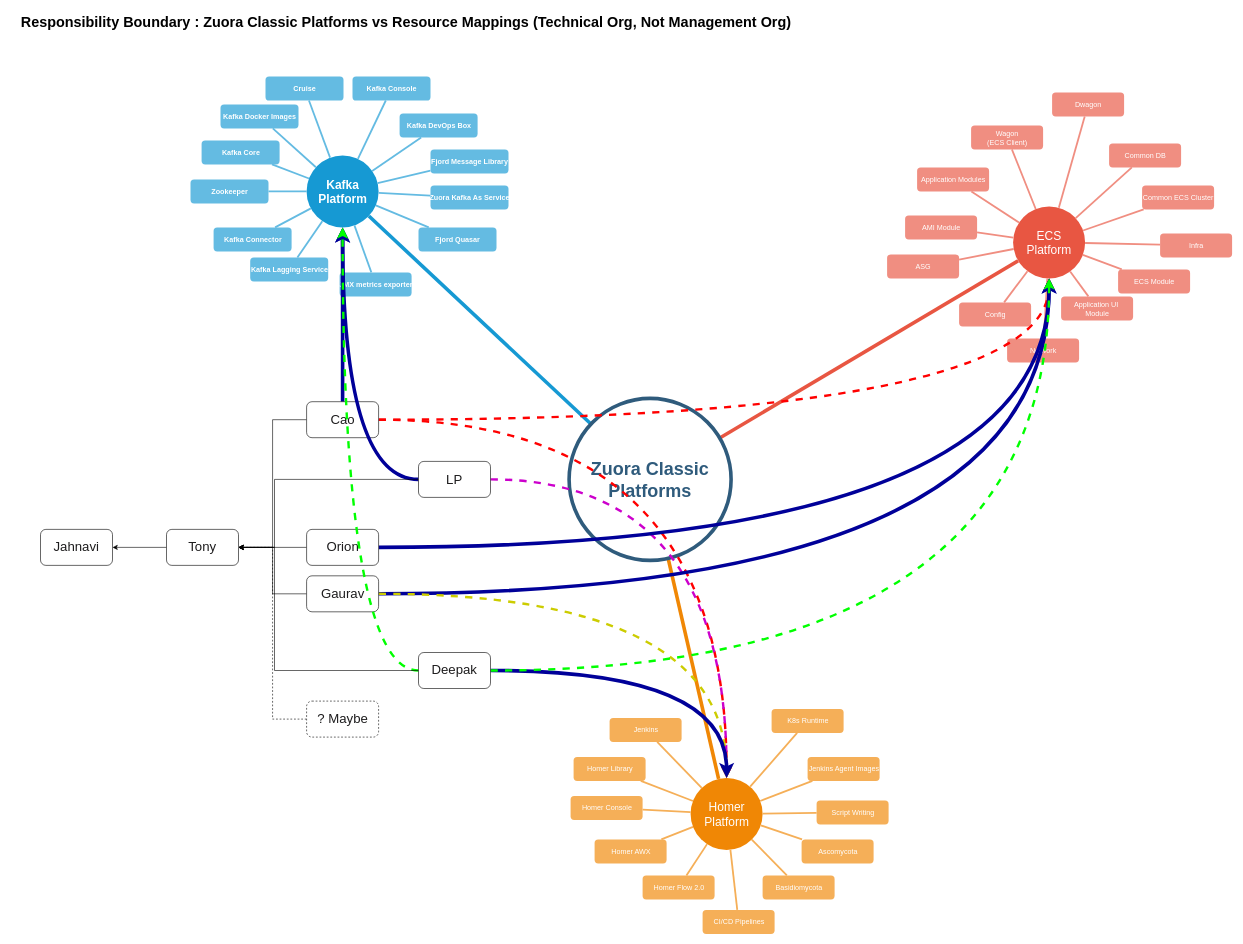
This is zuora classic tools service.drawio from jiangtao7/draw.io, a draw.io file, before an edit. Source tidied: cells renumbered, new cells numbered last; positions are measured from the earlier drawing's top-left corner, leaving out a move shared by most shapes. Both pictures are drawn from the tidied source at 60%, with x=0, y=0 at pixel (39, 10).
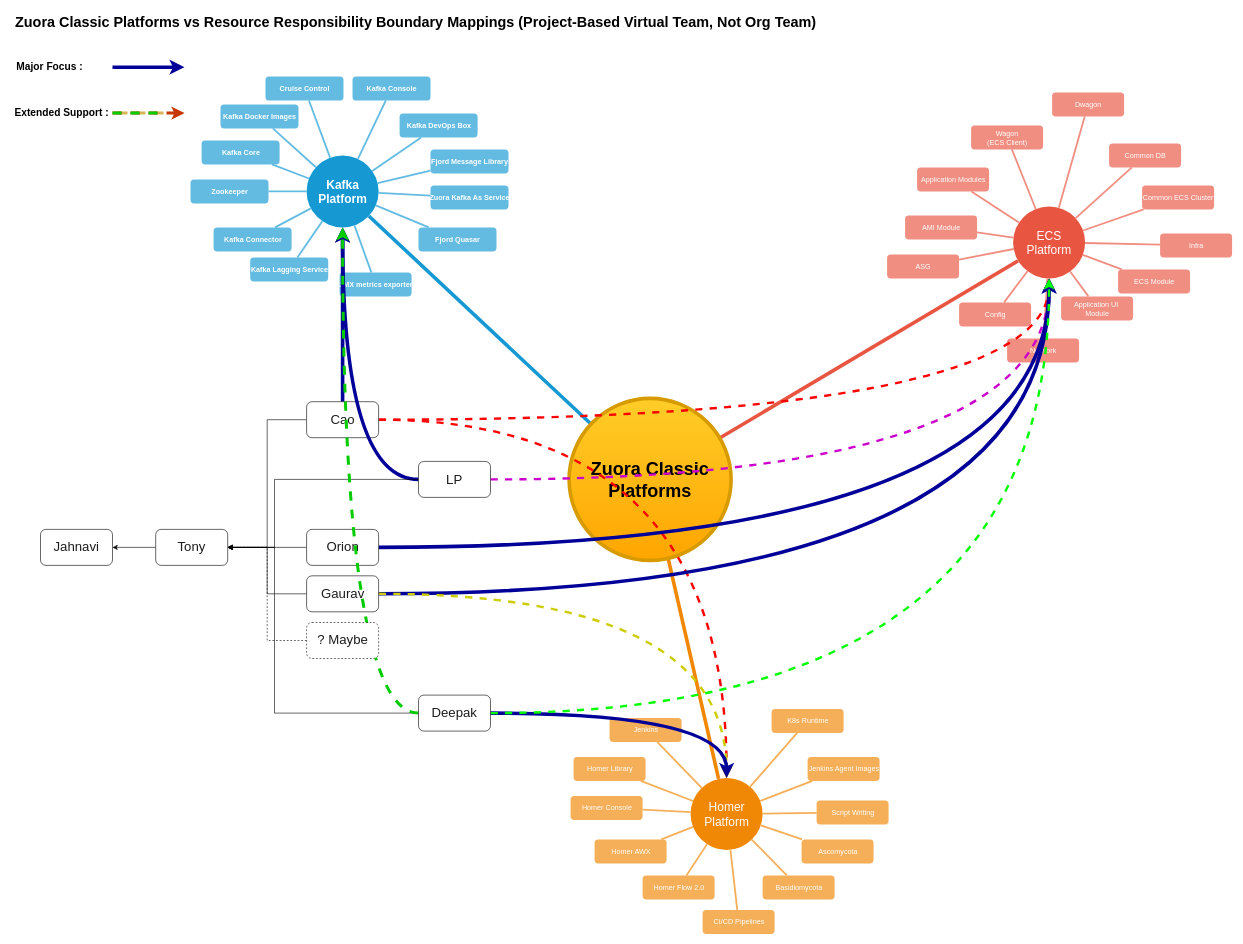
The same diagram, later.

The change refers to these unchanged cells:
```xml
<mxCell id="2" value="Kafka Platform" style="ellipse;whiteSpace=wrap;html=1;shadow=0;fontFamily=Helvetica;fontSize=20;fontColor=#FFFFFF;align=center;strokeWidth=3;fillColor=#1699D3;strokeColor=none;fontStyle=1;" parent="1" vertex="1">
  <mxGeometry x="445.5" y="241.5" width="120" height="120" as="geometry" />
</mxCell>
<mxCell id="3" value="ECS&lt;br&gt;Platform" style="ellipse;whiteSpace=wrap;html=1;shadow=0;fontFamily=Helvetica;fontSize=20;fontColor=#FFFFFF;align=center;strokeWidth=3;fillColor=#E85642;strokeColor=none;" parent="1" vertex="1">
  <mxGeometry x="1623" y="326.5" width="120" height="120" as="geometry" />
</mxCell>
<mxCell id="4" value="Homer Platform" style="ellipse;whiteSpace=wrap;html=1;shadow=0;fontFamily=Helvetica;fontSize=20;fontColor=#FFFFFF;align=center;strokeWidth=3;fillColor=#F08705;strokeColor=none;" parent="1" vertex="1">
  <mxGeometry x="1085.5" y="1279" width="120" height="120" as="geometry" />
</mxCell>
<mxCell id="88" value="&lt;span style=&quot;color: rgb(29, 28, 29); font-family: Slack-Lato, Slack-Fractions, appleLogo, sans-serif; font-size: 22px; font-variant-ligatures: common-ligatures; text-align: start; background-color: rgb(255, 255, 255);&quot;&gt;LP&lt;/span&gt;" style="rounded=1;whiteSpace=wrap;html=1;" parent="1" vertex="1">
  <mxGeometry x="632" y="751.5" width="120" height="60" as="geometry" />
</mxCell>
```

The edit, as a diff of the source:
```diff
@@
+    <mxCell id="107" style="endArrow=none;html=1;rounded=0;strokeWidth=5;dashed=1;fillColor=#fff2cc;gradientColor=#ffd966;strokeColor=#d6b656;" parent="1" edge="1">
+      <mxGeometry relative="1" as="geometry">
+        <mxPoint x="132" y="171" as="sourcePoint" />
+        <mxPoint x="232" y="171" as="targetPoint" />
+      </mxGeometry>
+    </mxCell>
@@
-    <mxCell id="14" value="Cruise" style="rounded=1;fillColor=#64BBE2;strokeColor=none;strokeWidth=3;shadow=0;html=1;fontColor=#FFFFFF;fontStyle=1;" parent="1" vertex="1">
+    <mxCell id="14" value="Cruise Control" style="rounded=1;fillColor=#64BBE2;strokeColor=none;strokeWidth=3;shadow=0;html=1;fontColor=#FFFFFF;fontStyle=1;" parent="1" vertex="1">
       <mxGeometry x="377" y="110" width="130" height="40" as="geometry" />
     </mxCell>
@@
-    <mxCell id="78" value="Zuora Classic Platforms" style="ellipse;whiteSpace=wrap;html=1;shadow=0;fontFamily=Helvetica;fontSize=30;fontColor=#2F5B7C;align=center;strokeColor=#2F5B7C;strokeWidth=6;fillColor=#FFFFFF;fontStyle=1;gradientColor=none;" parent="1" vertex="1">
+    <mxCell id="78" value="Zuora Classic Platforms" style="ellipse;whiteSpace=wrap;html=1;shadow=0;fontFamily=Helvetica;fontSize=30;align=center;strokeColor=#d79b00;strokeWidth=6;fillColor=#ffcd28;fontStyle=1;gradientColor=#ffa500;" parent="1" vertex="1">
       <mxGeometry x="883" y="646.5" width="270" height="270" as="geometry" />
     </mxCell>
@@
-    <mxCell id="86" style="edgeStyle=orthogonalEdgeStyle;rounded=0;jettySize=auto;html=1;entryX=0.5;entryY=0;entryDx=0;entryDy=0;curved=1;strokeColor=#CC00CC;strokeWidth=4;dashed=1;" parent="1" edge="1" source="88" target="4">
+    <mxCell id="86" style="edgeStyle=orthogonalEdgeStyle;rounded=0;jettySize=auto;html=1;entryX=0.5;entryY=1;entryDx=0;entryDy=0;curved=1;strokeColor=#CC00CC;strokeWidth=4;dashed=1;" parent="1" edge="1" source="88" target="3">
       <mxGeometry relative="1" as="geometry" />
     </mxCell>
@@
+    <mxCell id="99" style="edgeStyle=orthogonalEdgeStyle;rounded=0;jettySize=auto;html=1;entryX=1;entryY=0.5;entryDx=0;entryDy=0;" parent="1" edge="1" source="100" target="102">
+      <mxGeometry relative="1" as="geometry">
+        <Array as="points">
+          <mxPoint x="392" y="1171" />
+          <mxPoint x="392" y="895" />
+        </Array>
+      </mxGeometry>
+    </mxCell>
-    <mxCell id="98" style="edgeStyle=orthogonalEdgeStyle;rounded=0;jettySize=auto;html=1;entryX=0.5;entryY=1;entryDx=0;entryDy=0;curved=1;strokeWidth=4;strokeColor=#00FF00;dashed=1;" parent="1" edge="1" source="100" target="2">
+    <mxCell id="98" style="edgeStyle=orthogonalEdgeStyle;rounded=0;jettySize=auto;html=1;entryX=0.5;entryY=1;entryDx=0;entryDy=0;curved=1;strokeWidth=5;dashed=1;strokeColor=#00CC00;" parent="1" edge="1" source="100" target="2">
       <mxGeometry relative="1" as="geometry" />
     </mxCell>
-    <mxCell id="99" style="edgeStyle=orthogonalEdgeStyle;rounded=0;jettySize=auto;html=1;entryX=1;entryY=0.5;entryDx=0;entryDy=0;" parent="1" edge="1" source="100" target="102">
-      <mxGeometry relative="1" as="geometry">
-        <Array as="points">
-          <mxPoint x="392" y="1100" />
-          <mxPoint x="392" y="895" />
-        </Array>
-      </mxGeometry>
-    </mxCell>
     <mxCell id="100" value="&lt;span style=&quot;color: rgb(29, 28, 29); font-family: Slack-Lato, Slack-Fractions, appleLogo, sans-serif; font-size: 22px; font-variant-ligatures: common-ligatures; text-align: start; background-color: rgb(255, 255, 255);&quot;&gt;Deepak&lt;/span&gt;" style="rounded=1;whiteSpace=wrap;html=1;" parent="1" vertex="1">
-      <mxGeometry x="632" y="1070" width="120" height="60" as="geometry" />
+      <mxGeometry x="632" y="1141" width="120" height="60" as="geometry" />
     </mxCell>
@@
     <mxCell id="102" value="&lt;span style=&quot;color: rgb(29, 28, 29); font-family: Slack-Lato, Slack-Fractions, appleLogo, sans-serif; font-size: 22px; font-variant-ligatures: common-ligatures; text-align: start; background-color: rgb(255, 255, 255);&quot;&gt;Tony&lt;/span&gt;" style="rounded=1;whiteSpace=wrap;html=1;" parent="1" vertex="1">
-      <mxGeometry x="212" y="864.8" width="120" height="60" as="geometry" />
+      <mxGeometry x="194" y="864.8" width="120" height="60" as="geometry" />
     </mxCell>
@@
+    <mxCell id="106" value="&lt;font style=&quot;font-size: 24px;&quot;&gt;Zuora Classic Platforms vs Resource Responsibility Boundary Mappings (Project-Based Virtual Team, Not Org Team)&lt;/font&gt;" style="text;html=1;align=center;verticalAlign=middle;strokeColor=none;fillColor=none;fontStyle=1;" parent="1" vertex="1">
+      <mxGeometry x="-8" width="1270" height="40" as="geometry" />
+    </mxCell>
     <mxCell id="105" value="&lt;span style=&quot;color: rgb(29, 28, 29); font-family: Slack-Lato, Slack-Fractions, appleLogo, sans-serif; font-size: 22px; font-variant-ligatures: common-ligatures; text-align: start; background-color: rgb(255, 255, 255);&quot;&gt;? Maybe&lt;/span&gt;" style="rounded=1;whiteSpace=wrap;html=1;dashed=1;" parent="1" vertex="1">
-      <mxGeometry x="445.5" y="1151" width="120" height="60" as="geometry" />
+      <mxGeometry x="445.5" y="1020" width="120" height="60" as="geometry" />
     </mxCell>
-    <mxCell id="106" value="&lt;font style=&quot;font-size: 24px;&quot;&gt;Responsibility Boundary : Zuora Classic Platforms vs Resource Mappings (Technical Org, Not Management Org)&lt;/font&gt;" style="text;html=1;align=center;verticalAlign=middle;strokeColor=none;fillColor=none;fontStyle=1;" parent="1" vertex="1">
-      <mxGeometry x="0.5" width="1220" height="40" as="geometry" />
-    </mxCell>
+    <mxCell id="108" style="endArrow=classic;html=1;rounded=0;strokeWidth=6;strokeColor=#000099;" parent="1" edge="1">
+      <mxGeometry relative="1" as="geometry">
+        <mxPoint x="122" y="94.5" as="sourcePoint" />
+        <mxPoint x="242" y="94.5" as="targetPoint" />
+      </mxGeometry>
+    </mxCell>
+    <mxCell id="109" style="endArrow=classic;html=1;rounded=0;strokeWidth=5;strokeColor=#C73500;dashed=1;fillColor=#fa6800;" parent="1" edge="1">
+      <mxGeometry relative="1" as="geometry">
+        <mxPoint x="122" y="171" as="sourcePoint" />
+        <mxPoint x="242" y="171" as="targetPoint" />
+      </mxGeometry>
+    </mxCell>
+    <mxCell id="110" value="Major Focus :" style="text;html=1;align=center;verticalAlign=middle;strokeColor=none;fillColor=none;fontSize=17;fontStyle=1;" parent="1" vertex="1">
+      <mxGeometry x="-48" y="80" width="130" height="30" as="geometry" />
+    </mxCell>
+    <mxCell id="111" value="Extended Support :" style="text;html=1;align=center;verticalAlign=middle;strokeColor=none;fillColor=none;fontSize=17;fontStyle=1;" parent="1" vertex="1">
+      <mxGeometry x="-48" y="156.5" width="170" height="30" as="geometry" />
+    </mxCell>
+    <mxCell id="112" style="endArrow=none;html=1;rounded=0;dashed=1;strokeWidth=5;strokeColor=#00CC00;" parent="1" edge="1">
+      <mxGeometry relative="1" as="geometry">
+        <mxPoint x="122" y="171" as="sourcePoint" />
+        <mxPoint x="212" y="171" as="targetPoint" />
+      </mxGeometry>
+    </mxCell>
```
